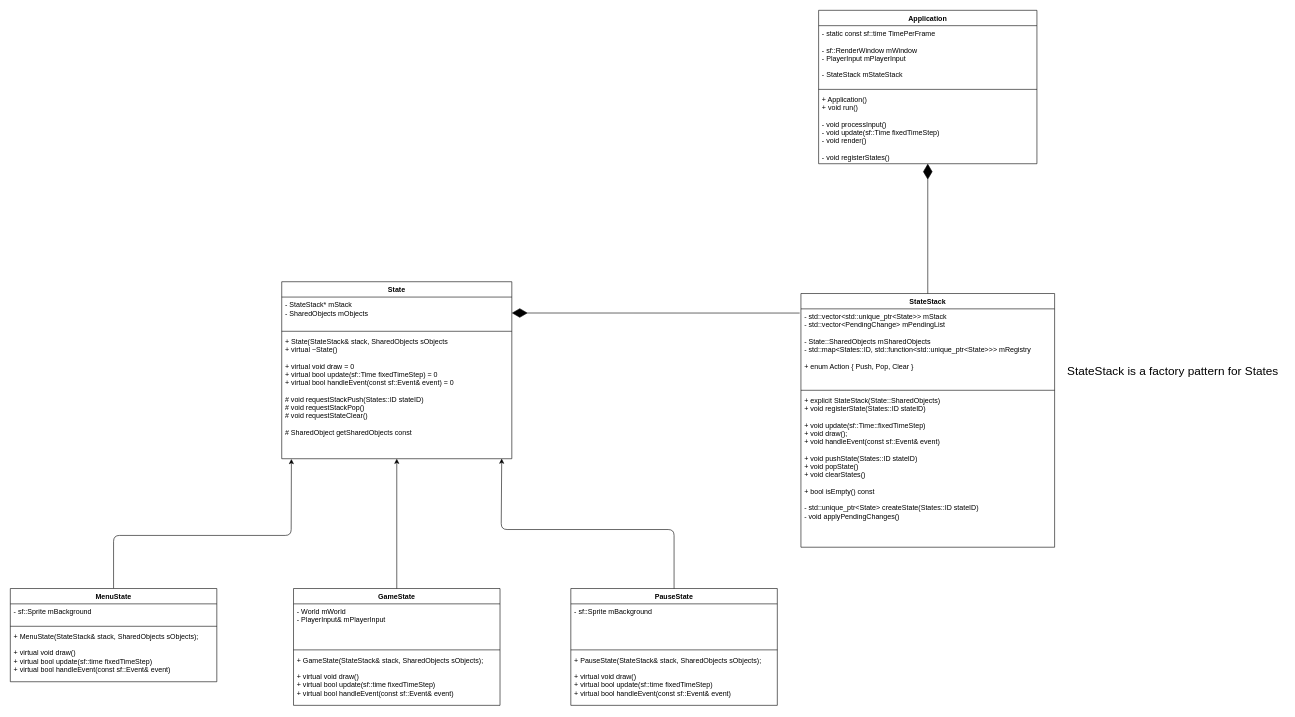
The draw.io diagram docs/class_diagrams/State_Architecture.dio in H-Matthews/Project-HCH, before the edit. Source tidied: cells renumbered, new cells numbered last; positions are measured from the earlier drawing's top-left corner, leaving out a move shared by most shapes. Both pictures are drawn from the tidied source at 59%, with x=0, y=0 at pixel (10, 10).
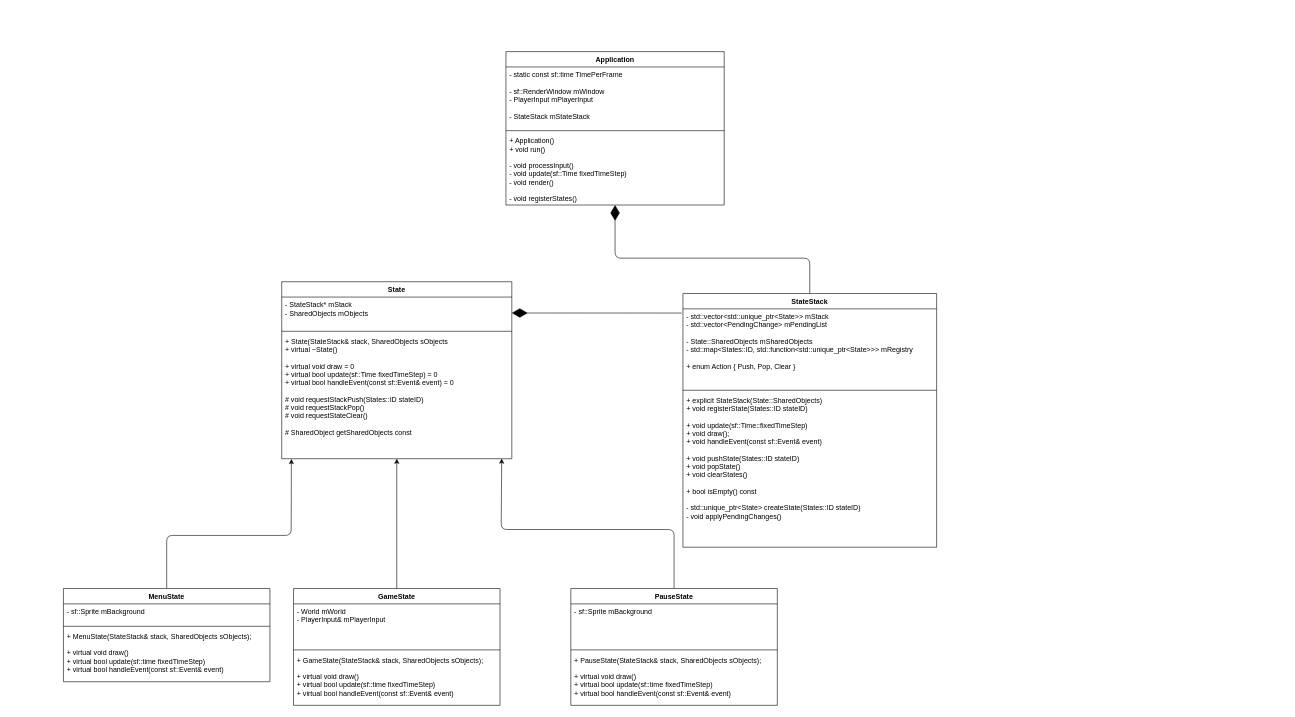
After the change.

Commit message (it also covers changes not shown here):
Adding and Modifying Simple Class diagrams for the Wiki

The change refers to these unchanged cells:
```xml
<mxCell id="5" value="+ State(StateStack&amp; stack, SharedObjects sObjects&#10;+ virtual ~State()&#10;&#10;+ virtual void draw = 0&#10;+ virtual bool update(sf::Time fixedTimeStep) = 0&#10;+ virtual bool handleEvent(const sf::Event&amp; event) = 0&#10;&#10;# void requestStackPush(States::ID stateID)&#10;# void requestStackPop()&#10;# void requestStateClear()&#10;&#10;# SharedObject getSharedObjects const" style="text;strokeColor=none;fillColor=none;align=left;verticalAlign=top;spacingLeft=4;spacingRight=4;overflow=hidden;points=[[0,0.5],[1,0.5]];portConstraint=eastwest;" parent="2" vertex="1">
  <mxGeometry y="88" width="390" height="212" as="geometry" />
</mxCell>
<mxCell id="29" value="+ Application()&#10;+ void run()&#10;&#10;- void processInput()&#10;- void update(sf::Time fixedTimeStep)&#10;- void render()&#10;&#10;- void registerStates()" style="text;strokeColor=none;fillColor=none;align=left;verticalAlign=top;spacingLeft=4;spacingRight=4;overflow=hidden;points=[[0,0.5],[1,0.5]];portConstraint=eastwest;" parent="26" vertex="1">
  <mxGeometry y="138" width="370" height="122" as="geometry" />
</mxCell>
```

Change to the diagram source:
```diff
@@
     <mxCell id="6" style="endArrow=classic;html=1;exitX=0.5;exitY=0;exitDx=0;exitDy=0;entryX=0.042;entryY=1.002;entryDx=0;entryDy=0;entryPerimeter=0;" parent="1" edge="1" source="17" target="5">
       <mxGeometry relative="1" as="geometry">
         <Array as="points">
-          <mxPoint x="175" y="890" />
+          <mxPoint x="265" y="890" />
           <mxPoint x="476" y="890" />
         </Array>
       </mxGeometry>
     </mxCell>
@@
     <mxCell id="17" value="MenuState" style="swimlane;fontStyle=1;align=center;verticalAlign=top;horizontal=1;startSize=26;" parent="1" vertex="1">
-      <mxGeometry y="980" width="350" height="158" as="geometry" />
+      <mxGeometry x="90" y="980" width="350" height="158" as="geometry" />
     </mxCell>
@@
     <mxCell id="21" value="StateStack" style="swimlane;fontStyle=1;align=center;verticalAlign=top;horizontal=1;startSize=26;" parent="1" vertex="1">
-      <mxGeometry x="1340" y="480" width="430" height="430" as="geometry" />
+      <mxGeometry x="1140" y="480" width="430" height="430" as="geometry" />
     </mxCell>
@@
     <mxCell id="26" value="Application" style="swimlane;fontStyle=1;align=center;verticalAlign=top;horizontal=1;startSize=26;" parent="1" vertex="1">
-      <mxGeometry x="1370" width="370" height="260" as="geometry" />
+      <mxGeometry x="840" y="70" width="370" height="260" as="geometry" />
     </mxCell>
@@
     <mxCell id="30" style="endArrow=diamondThin;endFill=1;endSize=24;html=1;exitX=0.5;exitY=0;exitDx=0;exitDy=0;" parent="1" edge="1" source="21" target="29">
-      <mxGeometry relative="1" as="geometry" />
+      <mxGeometry relative="1" as="geometry">
+        <Array as="points">
+          <mxPoint x="1355" y="420" />
+          <mxPoint x="1025" y="420" />
+        </Array>
+      </mxGeometry>
     </mxCell>
-    <mxCell id="31" value="StateStack is a factory pattern for States" style="text;html=1;align=center;verticalAlign=middle;strokeColor=none;fillColor=none;fontSize=20;" parent="1" vertex="1">
-      <mxGeometry x="1780" y="590" width="380" height="40" as="geometry" />
-    </mxCell>
```
